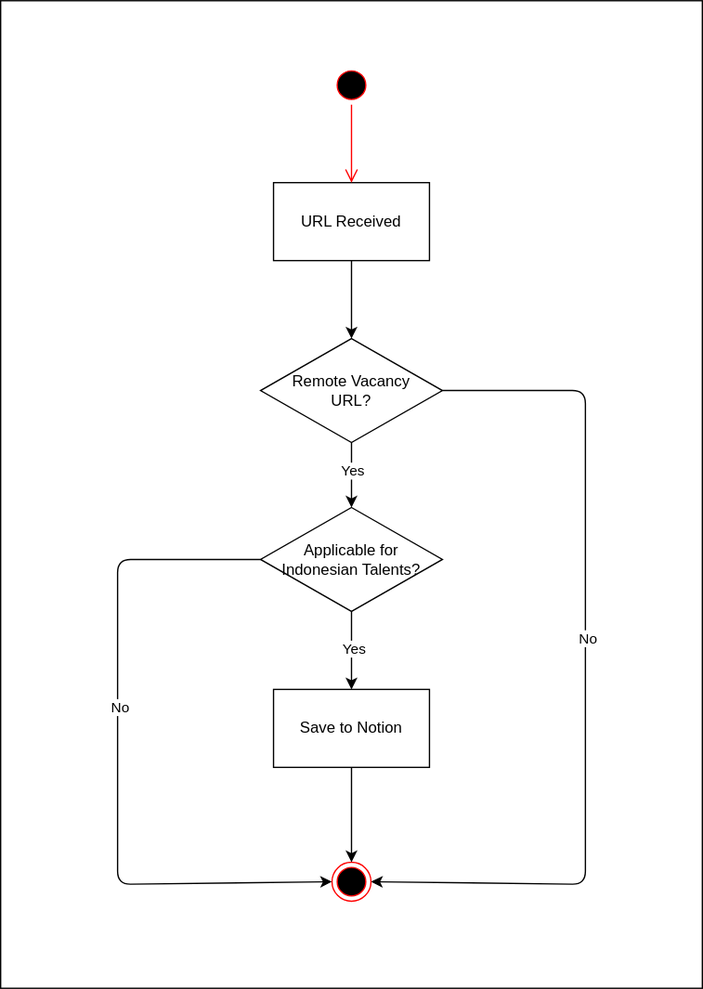
ghazlabs/idn-remote-entry keeps this draw.io diagram as business-logic.drawio.svg. Above is the earlier version. Source tidied: cells renumbered, new cells last; positions are measured from the earlier drawing's top-left corner, leaving out a move shared by most shapes. Source of this version:
```xml
<mxGraphModel>
  <root>
    <mxCell id="0" />
    <mxCell id="1" parent="0" />
    <mxCell id="2" style="rounded=0;whiteSpace=wrap;html=1;" parent="1" vertex="1">
      <mxGeometry width="540" height="760" as="geometry" />
    </mxCell>
    <mxCell id="3" style="edgeStyle=none;html=1;" parent="1" edge="1" source="4" target="11">
      <mxGeometry relative="1" as="geometry" />
    </mxCell>
    <mxCell id="4" value="URL Received" style="rounded=0;whiteSpace=wrap;html=1;" parent="1" vertex="1">
      <mxGeometry x="210" y="140" width="120" height="60" as="geometry" />
    </mxCell>
    <mxCell id="5" style="ellipse;html=1;shape=startState;fillColor=#000000;strokeColor=#ff0000;" parent="1" vertex="1">
      <mxGeometry x="255" y="50" width="30" height="30" as="geometry" />
    </mxCell>
    <mxCell id="6" style="edgeStyle=orthogonalEdgeStyle;html=1;verticalAlign=bottom;endArrow=open;endSize=8;strokeColor=#ff0000;" parent="1" edge="1" source="5">
      <mxGeometry relative="1" as="geometry">
        <mxPoint x="270" y="140" as="targetPoint" />
      </mxGeometry>
    </mxCell>
    <mxCell id="7" style="edgeStyle=none;html=1;" parent="1" edge="1" source="11" target="16">
      <mxGeometry relative="1" as="geometry" />
    </mxCell>
    <mxCell id="8" value="Yes" style="edgeLabel;html=1;align=center;verticalAlign=middle;" parent="7" vertex="1">
      <mxGeometry x="-0.16" y="2" relative="1" as="geometry">
        <mxPoint x="-2" as="offset" />
      </mxGeometry>
    </mxCell>
    <mxCell id="9" style="edgeStyle=none;html=1;exitX=1;exitY=0.5;exitDx=0;exitDy=0;entryX=1;entryY=0.5;entryDx=0;entryDy=0;" parent="1" edge="1" source="11" target="17">
      <mxGeometry relative="1" as="geometry">
        <Array as="points">
          <mxPoint x="450" y="300" />
          <mxPoint x="450" y="680" />
        </Array>
      </mxGeometry>
    </mxCell>
    <mxCell id="10" value="No" style="edgeLabel;html=1;align=center;verticalAlign=middle;" parent="9" vertex="1">
      <mxGeometry x="-0.08" y="1" relative="1" as="geometry" />
    </mxCell>
    <mxCell id="11" value="Remote Vacancy &lt;br&gt;URL?" style="rhombus;whiteSpace=wrap;html=1;" parent="1" vertex="1">
      <mxGeometry x="200" y="260" width="140" height="80" as="geometry" />
    </mxCell>
    <mxCell id="12" style="edgeStyle=none;html=1;" parent="1" edge="1" source="16" target="19">
      <mxGeometry relative="1" as="geometry" />
    </mxCell>
    <mxCell id="13" value="Yes" style="edgeLabel;html=1;align=center;verticalAlign=middle;" parent="12" vertex="1">
      <mxGeometry x="-0.07" y="1" relative="1" as="geometry" />
    </mxCell>
    <mxCell id="14" style="edgeStyle=none;html=1;exitX=0;exitY=0.5;exitDx=0;exitDy=0;entryX=0;entryY=0.5;entryDx=0;entryDy=0;" parent="1" edge="1" source="16" target="17">
      <mxGeometry relative="1" as="geometry">
        <Array as="points">
          <mxPoint x="90" y="430" />
          <mxPoint x="90" y="680" />
        </Array>
      </mxGeometry>
    </mxCell>
    <mxCell id="15" value="No" style="edgeLabel;html=1;align=center;verticalAlign=middle;" parent="14" vertex="1">
      <mxGeometry x="-0.15" y="1" relative="1" as="geometry" />
    </mxCell>
    <mxCell id="16" value="Applicable for &lt;br&gt;Indonesian Talents?" style="rhombus;whiteSpace=wrap;html=1;" parent="1" vertex="1">
      <mxGeometry x="200" y="390" width="140" height="80" as="geometry" />
    </mxCell>
    <mxCell id="17" style="ellipse;html=1;shape=endState;fillColor=#000000;strokeColor=#ff0000;" parent="1" vertex="1">
      <mxGeometry x="255" y="663" width="30" height="30" as="geometry" />
    </mxCell>
    <mxCell id="18" style="edgeStyle=none;html=1;" parent="1" edge="1" source="19" target="17">
      <mxGeometry relative="1" as="geometry" />
    </mxCell>
    <mxCell id="19" value="Save to Notion" style="rounded=0;whiteSpace=wrap;html=1;" parent="1" vertex="1">
      <mxGeometry x="210" y="530" width="120" height="60" as="geometry" />
    </mxCell>
  </root>
</mxGraphModel>
```
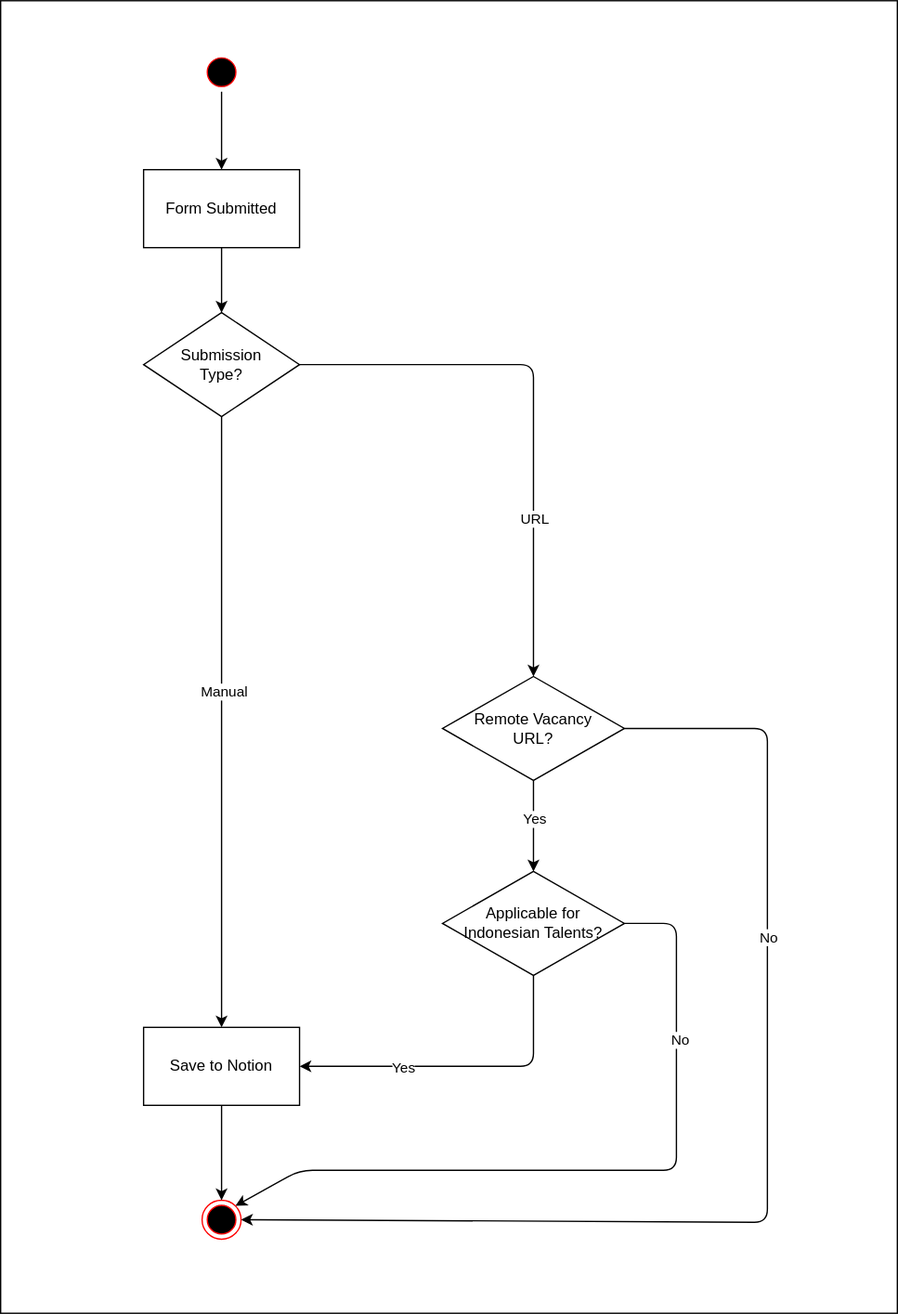
The same file after the commit.

Commit message:
docs: rename project into idn-remote-entry since we will handle all submission logic in this project for easier maintainance;

Change to the diagram source:
```diff
@@ -2,23 +2,15 @@
   <root>
     <mxCell id="0" />
     <mxCell id="1" parent="0" />
-    <mxCell id="2" style="rounded=0;whiteSpace=wrap;html=1;" parent="1" vertex="1">
-      <mxGeometry width="540" height="760" as="geometry" />
-    </mxCell>
-    <mxCell id="3" style="edgeStyle=none;html=1;" parent="1" edge="1" source="4" target="11">
-      <mxGeometry relative="1" as="geometry" />
-    </mxCell>
-    <mxCell id="4" value="URL Received" style="rounded=0;whiteSpace=wrap;html=1;" parent="1" vertex="1">
-      <mxGeometry x="210" y="140" width="120" height="60" as="geometry" />
-    </mxCell>
+    <mxCell id="20" style="rounded=0;whiteSpace=wrap;html=1;" parent="1" vertex="1">
+      <mxGeometry x="-140" y="-260" width="690" height="1010" as="geometry" />
+    </mxCell>
+    <mxCell id="21" style="edgeStyle=none;html=1;" parent="1" edge="1" source="5" target="2">
+      <mxGeometry relative="1" as="geometry" />
+    </mxCell>
     <mxCell id="5" style="ellipse;html=1;shape=startState;fillColor=#000000;strokeColor=#ff0000;" parent="1" vertex="1">
-      <mxGeometry x="255" y="50" width="30" height="30" as="geometry" />
+      <mxGeometry x="15" y="-220" width="30" height="30" as="geometry" />
     </mxCell>
-    <mxCell id="6" style="edgeStyle=orthogonalEdgeStyle;html=1;verticalAlign=bottom;endArrow=open;endSize=8;strokeColor=#ff0000;" parent="1" edge="1" source="5">
-      <mxGeometry relative="1" as="geometry">
-        <mxPoint x="270" y="140" as="targetPoint" />
-      </mxGeometry>
-    </mxCell>
     <mxCell id="7" style="edgeStyle=none;html=1;" parent="1" edge="1" source="11" target="16">
       <mxGeometry relative="1" as="geometry" />
     </mxCell>
@@ -36,39 +28,73 @@
       </mxGeometry>
     </mxCell>
     <mxCell id="10" value="No" style="edgeLabel;html=1;align=center;verticalAlign=middle;" parent="9" vertex="1">
-      <mxGeometry x="-0.08" y="1" relative="1" as="geometry" />
+      <mxGeometry x="-0.08" y="1" relative="1" as="geometry">
+        <mxPoint x="-1" y="-140" as="offset" />
+      </mxGeometry>
     </mxCell>
     <mxCell id="11" value="Remote Vacancy &lt;br&gt;URL?" style="rhombus;whiteSpace=wrap;html=1;" parent="1" vertex="1">
       <mxGeometry x="200" y="260" width="140" height="80" as="geometry" />
     </mxCell>
     <mxCell id="12" style="edgeStyle=none;html=1;" parent="1" edge="1" source="16" target="19">
-      <mxGeometry relative="1" as="geometry" />
+      <mxGeometry relative="1" as="geometry">
+        <Array as="points">
+          <mxPoint x="270" y="560" />
+        </Array>
+      </mxGeometry>
     </mxCell>
     <mxCell id="13" value="Yes" style="edgeLabel;html=1;align=center;verticalAlign=middle;" parent="12" vertex="1">
-      <mxGeometry x="-0.07" y="1" relative="1" as="geometry" />
+      <mxGeometry x="-0.07" y="1" relative="1" as="geometry">
+        <mxPoint x="-54" y="-1" as="offset" />
+      </mxGeometry>
     </mxCell>
-    <mxCell id="14" style="edgeStyle=none;html=1;exitX=0;exitY=0.5;exitDx=0;exitDy=0;entryX=0;entryY=0.5;entryDx=0;entryDy=0;" parent="1" edge="1" source="16" target="17">
+    <mxCell id="14" style="edgeStyle=none;html=1;exitX=1;exitY=0.5;exitDx=0;exitDy=0;entryX=1;entryY=0;entryDx=0;entryDy=0;" parent="1" edge="1" source="16" target="17">
       <mxGeometry relative="1" as="geometry">
         <Array as="points">
-          <mxPoint x="90" y="430" />
-          <mxPoint x="90" y="680" />
+          <mxPoint x="380" y="450" />
+          <mxPoint x="380" y="640" />
+          <mxPoint x="90" y="640" />
         </Array>
       </mxGeometry>
     </mxCell>
     <mxCell id="15" value="No" style="edgeLabel;html=1;align=center;verticalAlign=middle;" parent="14" vertex="1">
-      <mxGeometry x="-0.15" y="1" relative="1" as="geometry" />
+      <mxGeometry x="-0.55" y="2" relative="1" as="geometry" />
     </mxCell>
     <mxCell id="16" value="Applicable for &lt;br&gt;Indonesian Talents?" style="rhombus;whiteSpace=wrap;html=1;" parent="1" vertex="1">
-      <mxGeometry x="200" y="390" width="140" height="80" as="geometry" />
+      <mxGeometry x="200" y="410" width="140" height="80" as="geometry" />
     </mxCell>
     <mxCell id="17" style="ellipse;html=1;shape=endState;fillColor=#000000;strokeColor=#ff0000;" parent="1" vertex="1">
-      <mxGeometry x="255" y="663" width="30" height="30" as="geometry" />
+      <mxGeometry x="15" y="663" width="30" height="30" as="geometry" />
     </mxCell>
     <mxCell id="18" style="edgeStyle=none;html=1;" parent="1" edge="1" source="19" target="17">
       <mxGeometry relative="1" as="geometry" />
     </mxCell>
     <mxCell id="19" value="Save to Notion" style="rounded=0;whiteSpace=wrap;html=1;" parent="1" vertex="1">
-      <mxGeometry x="210" y="530" width="120" height="60" as="geometry" />
+      <mxGeometry x="-30" y="530" width="120" height="60" as="geometry" />
     </mxCell>
+    <mxCell id="22" style="edgeStyle=none;html=1;" parent="1" edge="1" source="2" target="27">
+      <mxGeometry relative="1" as="geometry" />
+    </mxCell>
+    <mxCell id="2" value="Form Submitted" style="rounded=0;whiteSpace=wrap;html=1;" parent="1" vertex="1">
+      <mxGeometry x="-30" y="-130" width="120" height="60" as="geometry" />
+    </mxCell>
+    <mxCell id="23" style="edgeStyle=none;html=1;exitX=1;exitY=0.5;exitDx=0;exitDy=0;entryX=0.5;entryY=0;entryDx=0;entryDy=0;" parent="1" edge="1" source="27" target="11">
+      <mxGeometry relative="1" as="geometry">
+        <Array as="points">
+          <mxPoint x="270" y="20" />
+        </Array>
+      </mxGeometry>
+    </mxCell>
+    <mxCell id="24" value="URL" style="edgeLabel;html=1;align=center;verticalAlign=middle;" parent="23" vertex="1">
+      <mxGeometry x="0.42" relative="1" as="geometry" />
+    </mxCell>
+    <mxCell id="25" style="edgeStyle=none;html=1;exitX=0.5;exitY=1;exitDx=0;exitDy=0;" parent="1" edge="1" source="27" target="19">
+      <mxGeometry relative="1" as="geometry" />
+    </mxCell>
+    <mxCell id="26" value="Manual" style="edgeLabel;html=1;align=center;verticalAlign=middle;" parent="25" vertex="1">
+      <mxGeometry x="-0.1" y="1" relative="1" as="geometry" />
+    </mxCell>
+    <mxCell id="27" value="Submission &lt;br&gt;Type?" style="rhombus;whiteSpace=wrap;html=1;" parent="1" vertex="1">
+      <mxGeometry x="-30" y="-20" width="120" height="80" as="geometry" />
+    </mxCell>
   </root>
 </mxGraphModel>
```
